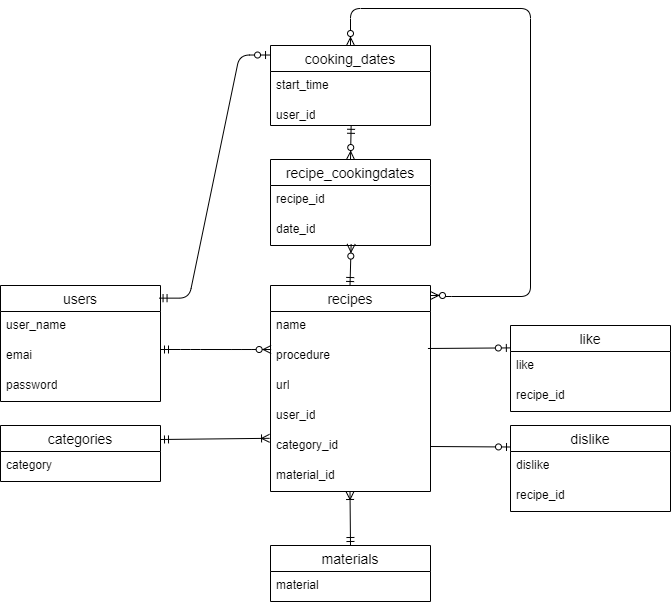
Earlier version of the draw.io export ER.drawio.png (akina0302/MyRecipe). Source tidied: cells renumbered, new cells last; positions are measured from the earlier drawing's top-left corner, leaving out a move shared by most shapes.
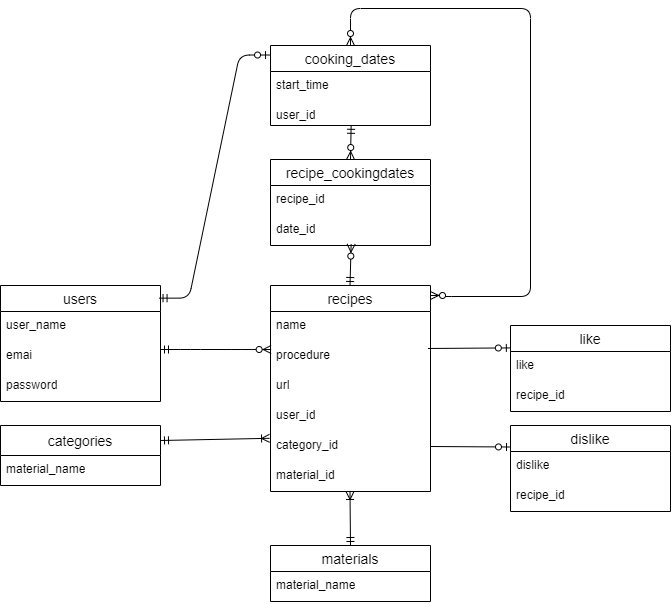
Above is the later version.

What changed in the source:
```diff
@@ -46,12 +46,12 @@
     <mxCell id="13" value="material_id" style="text;strokeColor=none;fillColor=none;spacingLeft=4;spacingRight=4;overflow=hidden;fontSize=12;whiteSpace=wrap;html=1;" parent="6" vertex="1">
       <mxGeometry y="176" width="160" height="30" as="geometry" />
     </mxCell>
-    <mxCell id="14" value="categories" style="swimlane;fontStyle=0;horizontal=1;startSize=26;align=center;fontSize=14;" parent="1" vertex="1">
-      <mxGeometry y="417" width="160" height="56" as="geometry" />
+    <mxCell id="14" value="categories" style="swimlane;fontStyle=0;horizontal=1;startSize=30;align=center;fontSize=14;" parent="1" vertex="1">
+      <mxGeometry y="417" width="160" height="60" as="geometry" />
     </mxCell>
-    <mxCell id="15" value="category" style="text;strokeColor=none;fillColor=none;spacingLeft=4;spacingRight=4;overflow=hidden;fontSize=12;whiteSpace=wrap;html=1;" parent="14" vertex="1">
-      <mxGeometry y="26" width="160" height="30" as="geometry" />
-    </mxCell>
+    <mxCell id="38" value="material_name" style="text;strokeColor=none;fillColor=none;spacingLeft=4;spacingRight=4;overflow=hidden;fontSize=12;whiteSpace=wrap;html=1;" parent="14" vertex="1">
+      <mxGeometry y="30" width="160" height="30" as="geometry" />
+    </mxCell>
     <mxCell id="16" value="cooking_dates" style="swimlane;fontStyle=0;horizontal=1;startSize=26;align=center;fontSize=14;" parent="1" vertex="1">
       <mxGeometry x="270" y="37" width="160" height="80" as="geometry" />
     </mxCell>
@@ -91,7 +91,7 @@
     <mxCell id="28" value="materials" style="swimlane;fontStyle=0;horizontal=1;startSize=26;align=center;fontSize=14;" parent="1" vertex="1">
       <mxGeometry x="270" y="537" width="160" height="56" as="geometry" />
     </mxCell>
-    <mxCell id="29" value="material" style="text;strokeColor=none;fillColor=none;spacingLeft=4;spacingRight=4;overflow=hidden;fontSize=12;whiteSpace=wrap;html=1;" parent="28" vertex="1">
+    <mxCell id="29" value="material_name" style="text;strokeColor=none;fillColor=none;spacingLeft=4;spacingRight=4;overflow=hidden;fontSize=12;whiteSpace=wrap;html=1;" parent="28" vertex="1">
       <mxGeometry y="26" width="160" height="30" as="geometry" />
     </mxCell>
     <mxCell id="30" style="fontSize=12;html=1;endArrow=ERoneToMany;startArrow=ERmandOne;entryX=0.499;entryY=1.027;entryDx=0;entryDy=0;entryPerimeter=0;" parent="1" edge="1">
```
